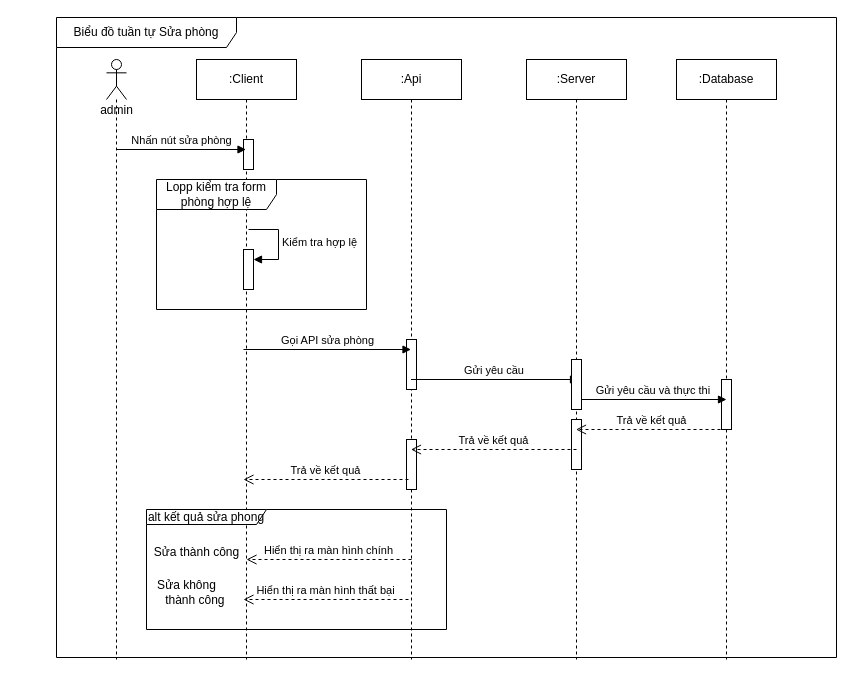
The draw.io diagram img-exports/capnhatphong.drawio in KMA-TTCS-Nhom32/documents, before the edit. Source tidied: cells renumbered, new cells numbered last; positions are measured from the earlier drawing's top-left corner, leaving out a move shared by most shapes. Both pictures are drawn from the tidied source at 100%, with x=0, y=0 at pixel (56, 17).
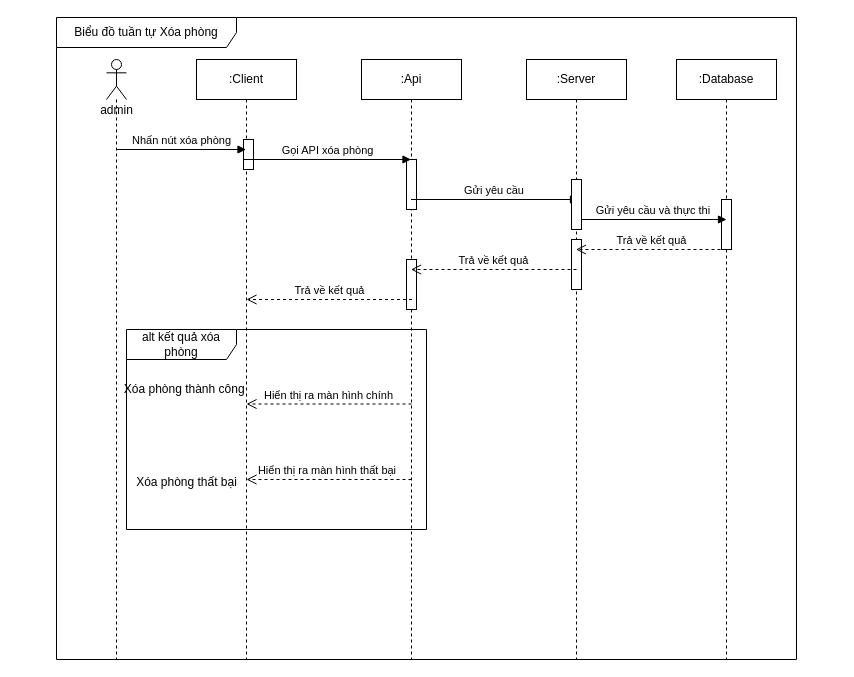
Above is the later version.

Commit message:
Cập nhật xoaphong.drawio

Unchanged cells that the change refers to:
```xml
<mxCell id="2" value=":Client" style="shape=umlLifeline;perimeter=lifelinePerimeter;whiteSpace=wrap;html=1;outlineConnect=0;portConstraint=eastwest;newEdgeStyle={&quot;edgeStyle&quot;:&quot;elbowEdgeStyle&quot;,&quot;elbow&quot;:&quot;vertical&quot;,&quot;curved&quot;:0,&quot;rounded&quot;:0};" parent="1" vertex="1">
  <mxGeometry x="140" y="42" width="100" height="600" as="geometry" />
</mxCell>
<mxCell id="6" value=":Api" style="shape=umlLifeline;perimeter=lifelinePerimeter;whiteSpace=wrap;html=1;outlineConnect=0;portConstraint=eastwest;newEdgeStyle={&quot;edgeStyle&quot;:&quot;elbowEdgeStyle&quot;,&quot;elbow&quot;:&quot;vertical&quot;,&quot;curved&quot;:0,&quot;rounded&quot;:0};" parent="1" vertex="1">
  <mxGeometry x="305" y="42" width="100" height="600" as="geometry" />
</mxCell>
<mxCell id="9" value=":Server" style="shape=umlLifeline;perimeter=lifelinePerimeter;whiteSpace=wrap;html=1;outlineConnect=0;portConstraint=eastwest;newEdgeStyle={&quot;edgeStyle&quot;:&quot;elbowEdgeStyle&quot;,&quot;elbow&quot;:&quot;vertical&quot;,&quot;curved&quot;:0,&quot;rounded&quot;:0};" parent="1" vertex="1">
  <mxGeometry x="470" y="42" width="100" height="600" as="geometry" />
</mxCell>
<mxCell id="11" value=":Database" style="shape=umlLifeline;perimeter=lifelinePerimeter;whiteSpace=wrap;html=1;newEdgeStyle={&quot;edgeStyle&quot;:&quot;elbowEdgeStyle&quot;,&quot;elbow&quot;:&quot;vertical&quot;,&quot;curved&quot;:0,&quot;rounded&quot;:0};size=40;" parent="1" vertex="1">
  <mxGeometry x="620" y="42" width="100" height="600" as="geometry" />
</mxCell>
```

The edit, as a diff of the source:
```diff
@@
     <mxCell id="7" style="html=1;perimeter=orthogonalPerimeter;targetShapes=umlLifeline;newEdgeStyle={&quot;curved&quot;:0,&quot;rounded&quot;:0};" parent="6" vertex="1">
-      <mxGeometry x="45" y="280" width="10" height="50" as="geometry" />
+      <mxGeometry x="45" y="100" width="10" height="50" as="geometry" />
     </mxCell>
     <mxCell id="8" style="html=1;perimeter=orthogonalPerimeter;targetShapes=umlLifeline;newEdgeStyle={&quot;curved&quot;:0,&quot;rounded&quot;:0};" parent="6" vertex="1">
-      <mxGeometry x="45" y="380" width="10" height="50" as="geometry" />
+      <mxGeometry x="45" y="200" width="10" height="50" as="geometry" />
     </mxCell>
@@
     <mxCell id="10" style="html=1;perimeter=orthogonalPerimeter;targetShapes=umlLifeline;newEdgeStyle={&quot;curved&quot;:0,&quot;rounded&quot;:0};" parent="9" vertex="1">
-      <mxGeometry x="45" y="360" width="10" height="50" as="geometry" />
+      <mxGeometry x="45" y="180" width="10" height="50" as="geometry" />
     </mxCell>
@@
     <mxCell id="12" style="html=1;perimeter=orthogonalPerimeter;targetShapes=umlLifeline;newEdgeStyle={&quot;curved&quot;:0,&quot;rounded&quot;:0};" parent="11" vertex="1">
-      <mxGeometry x="45" y="320" width="10" height="50" as="geometry" />
+      <mxGeometry x="45" y="140" width="10" height="50" as="geometry" />
     </mxCell>
-    <mxCell id="13" value="Nhấn nút sửa phòng" style="html=1;verticalAlign=bottom;endArrow=block;curved=0;rounded=0;" parent="1" edge="1" target="2">
+    <mxCell id="13" value="Nhấn nút xóa phòng" style="html=1;verticalAlign=bottom;endArrow=block;curved=0;rounded=0;" parent="1" edge="1" target="2">
       <mxGeometry relative="1" as="geometry">
         <mxPoint x="60" y="132" as="sourcePoint" />
       </mxGeometry>
     </mxCell>
-    <mxCell id="14" value="Lopp kiểm tra form phòng hợp lệ" style="shape=umlFrame;whiteSpace=wrap;html=1;width=120;height=30;" parent="1" vertex="1">
-      <mxGeometry x="100" y="162" width="210" height="130" as="geometry" />
-    </mxCell>
-    <mxCell id="15" style="html=1;points=[[0,0,0,0,5],[0,1,0,0,-5],[1,0,0,0,5],[1,1,0,0,-5]];perimeter=orthogonalPerimeter;outlineConnect=0;targetShapes=umlLifeline;portConstraint=eastwest;newEdgeStyle={&quot;curved&quot;:0,&quot;rounded&quot;:0};" parent="1" vertex="1">
-      <mxGeometry x="187" y="232" width="10" height="40" as="geometry" />
-    </mxCell>
-    <mxCell id="16" value="Kiểm tra hợp lệ" style="html=1;align=left;spacingLeft=2;endArrow=block;rounded=0;edgeStyle=orthogonalEdgeStyle;curved=0;rounded=0;" parent="1" edge="1" target="15">
-      <mxGeometry relative="1" as="geometry">
-        <mxPoint x="192" y="212" as="sourcePoint" />
-        <Array as="points">
-          <mxPoint x="222" y="242" />
-        </Array>
-      </mxGeometry>
-    </mxCell>
-    <mxCell id="17" value="Gọi API sửa phòng" style="html=1;verticalAlign=bottom;endArrow=block;curved=0;rounded=0;" parent="1" edge="1" target="6">
+    <mxCell id="17" value="Gọi API xóa phòng" style="html=1;verticalAlign=bottom;endArrow=block;curved=0;rounded=0;" parent="1" edge="1">
       <mxGeometry relative="1" as="geometry">
-        <mxPoint x="187" y="332" as="sourcePoint" />
+        <mxPoint x="187" y="142" as="sourcePoint" />
+        <mxPoint x="354.5" y="142" as="targetPoint" />
       </mxGeometry>
     </mxCell>
-    <mxCell id="18" value="Gửi yêu cầu&amp;nbsp;" style="html=1;verticalAlign=bottom;endArrow=block;curved=0;rounded=0;" parent="1" edge="1" source="6">
+    <mxCell id="18" value="Gửi yêu cầu&amp;nbsp;" style="html=1;verticalAlign=bottom;endArrow=block;curved=0;rounded=0;" parent="1" edge="1">
       <mxGeometry relative="1" as="geometry">
-        <mxPoint x="522" y="362" as="targetPoint" />
+        <mxPoint x="354.5" y="182" as="sourcePoint" />
+        <mxPoint x="522" y="182" as="targetPoint" />
       </mxGeometry>
     </mxCell>
     <mxCell id="19" value="Gửi yêu cầu và thực thi&amp;nbsp;" style="html=1;verticalAlign=bottom;endArrow=block;curved=0;rounded=0;" parent="1" edge="1" source="29">
       <mxGeometry relative="1" as="geometry">
-        <mxPoint x="670" y="382" as="targetPoint" />
+        <mxPoint x="670" y="202" as="targetPoint" />
       </mxGeometry>
     </mxCell>
-    <mxCell id="20" value="Trả về kết quả" style="html=1;verticalAlign=bottom;endArrow=open;dashed=1;endSize=8;curved=0;rounded=0;" parent="1" edge="1" target="9">
+    <mxCell id="20" value="Trả về kết quả" style="html=1;verticalAlign=bottom;endArrow=open;dashed=1;endSize=8;curved=0;rounded=0;" parent="1" edge="1">
       <mxGeometry relative="1" as="geometry">
-        <mxPoint x="670" y="412" as="sourcePoint" />
+        <mxPoint x="670" y="232" as="sourcePoint" />
+        <mxPoint x="519.5" y="232" as="targetPoint" />
       </mxGeometry>
     </mxCell>
-    <mxCell id="21" value="Trả về kết quả" style="html=1;verticalAlign=bottom;endArrow=open;dashed=1;endSize=8;curved=0;rounded=0;" parent="1" edge="1" target="6">
+    <mxCell id="21" value="Trả về kết quả" style="html=1;verticalAlign=bottom;endArrow=open;dashed=1;endSize=8;curved=0;rounded=0;" parent="1" edge="1">
       <mxGeometry relative="1" as="geometry">
-        <mxPoint x="520" y="432" as="sourcePoint" />
+        <mxPoint x="520" y="252" as="sourcePoint" />
+        <mxPoint x="354.5" y="252" as="targetPoint" />
       </mxGeometry>
     </mxCell>
-    <mxCell id="22" value="Trả về kết quả" style="html=1;verticalAlign=bottom;endArrow=open;dashed=1;endSize=8;curved=0;rounded=0;" parent="1" edge="1">
-      <mxGeometry relative="1" as="geometry">
-        <mxPoint x="352" y="462" as="sourcePoint" />
-        <mxPoint x="187" y="462" as="targetPoint" />
-      </mxGeometry>
-    </mxCell>
-    <mxCell id="23" value="alt kết quả sửa phong" style="shape=umlFrame;whiteSpace=wrap;html=1;width=120;height=15;" parent="1" vertex="1">
-      <mxGeometry x="90" y="492" width="300" height="120" as="geometry" />
-    </mxCell>
-    <mxCell id="24" value="Hiển thị ra màn hình chính" style="html=1;verticalAlign=bottom;endArrow=open;dashed=1;endSize=8;curved=0;rounded=0;" parent="1" edge="1">
-      <mxGeometry relative="1" as="geometry">
-        <mxPoint x="355" y="542" as="sourcePoint" />
-        <mxPoint x="190" y="542" as="targetPoint" />
-      </mxGeometry>
-    </mxCell>
-    <mxCell id="25" value="&amp;nbsp; &amp;nbsp; &amp;nbsp; Sửa thành công" style="text;html=1;align=center;verticalAlign=middle;strokeColor=none;fillColor=none;" parent="1" vertex="1">
-      <mxGeometry x="65" y="520" width="130" height="30" as="geometry" />
-    </mxCell>
-    <mxCell id="26" value="Hiển thị ra màn hình thất bại" style="html=1;verticalAlign=bottom;endArrow=open;dashed=1;endSize=8;curved=0;rounded=0;" parent="1" edge="1">
+    <mxCell id="26" value="Hiển thị ra màn hình chính" style="html=1;verticalAlign=bottom;endArrow=open;dashed=1;endSize=8;curved=0;rounded=0;" parent="1" edge="1">
       <mxGeometry relative="1" as="geometry">
-        <mxPoint x="352" y="582" as="sourcePoint" />
-        <mxPoint x="187" y="582" as="targetPoint" />
+        <mxPoint x="355" y="386.5" as="sourcePoint" />
+        <mxPoint x="190" y="386.5" as="targetPoint" />
       </mxGeometry>
     </mxCell>
-    <mxCell id="27" value="&amp;nbsp; &amp;nbsp; &amp;nbsp; &amp;nbsp; &amp;nbsp; &amp;nbsp; &amp;nbsp;Sửa không&amp;nbsp;&lt;div&gt;&amp;nbsp; &amp;nbsp; &amp;nbsp; &amp;nbsp; &amp;nbsp; &amp;nbsp; &amp;nbsp; &amp;nbsp; &amp;nbsp;thành công&lt;/div&gt;" style="text;html=1;align=center;verticalAlign=middle;strokeColor=none;fillColor=none;" parent="1" vertex="1">
-      <mxGeometry x="40" y="555" width="140" height="40" as="geometry" />
-    </mxCell>
     <mxCell id="28" style="html=1;verticalAlign=bottom;endArrow=block;curved=0;rounded=0;" parent="1" edge="1" target="29">
       <mxGeometry relative="1" as="geometry">
-        <mxPoint x="520" y="382" as="sourcePoint" />
+        <mxPoint x="520" y="202" as="sourcePoint" />
       </mxGeometry>
     </mxCell>
     <mxCell id="29" style="html=1;points=[[0,0,0,0,5],[0,1,0,0,-5],[1,0,0,0,5],[1,1,0,0,-5]];perimeter=orthogonalPerimeter;outlineConnect=0;targetShapes=umlLifeline;portConstraint=eastwest;newEdgeStyle={&quot;curved&quot;:0,&quot;rounded&quot;:0};" parent="1" vertex="1">
-      <mxGeometry x="515" y="342" width="10" height="50" as="geometry" />
+      <mxGeometry x="515" y="162" width="10" height="50" as="geometry" />
     </mxCell>
-    <mxCell id="30" value="Biểu đồ tuần tự Sửa phòng" style="shape=umlFrame;whiteSpace=wrap;html=1;width=180;height=30;" parent="1" vertex="1">
-      <mxGeometry width="780" height="640" as="geometry" />
+    <mxCell id="30" value="Biểu đồ tuần tự Xóa phòng" style="shape=umlFrame;whiteSpace=wrap;html=1;width=180;height=30;" parent="1" vertex="1">
+      <mxGeometry width="740" height="642" as="geometry" />
     </mxCell>
+    <mxCell id="22" value="Trả về kết quả" style="html=1;verticalAlign=bottom;endArrow=open;dashed=1;endSize=8;curved=0;rounded=0;" parent="1" edge="1">
+      <mxGeometry relative="1" as="geometry">
+        <mxPoint x="355.5" y="282" as="sourcePoint" />
+        <mxPoint x="190" y="282" as="targetPoint" />
+      </mxGeometry>
+    </mxCell>
+    <mxCell id="31" value="alt kết quả xóa phòng" style="shape=umlFrame;whiteSpace=wrap;html=1;width=110;height=30;" parent="1" vertex="1">
+      <mxGeometry x="70" y="312" width="300" height="200" as="geometry" />
+    </mxCell>
+    <mxCell id="32" value="&amp;nbsp; &amp;nbsp; &amp;nbsp; &amp;nbsp; &amp;nbsp; &amp;nbsp; &amp;nbsp; &amp;nbsp; &amp;nbsp; &amp;nbsp; &amp;nbsp; &amp;nbsp; &amp;nbsp; &amp;nbsp; Xóa phòng thành công" style="text;html=1;align=center;verticalAlign=middle;strokeColor=none;fillColor=none;" parent="1" vertex="1">
+      <mxGeometry x="-39" y="357" width="240" height="30" as="geometry" />
+    </mxCell>
+    <mxCell id="33" value="Hiển thị ra màn hình thất bại&amp;nbsp;" style="html=1;verticalAlign=bottom;endArrow=open;dashed=1;endSize=8;curved=0;rounded=0;" parent="1" edge="1">
+      <mxGeometry relative="1" as="geometry">
+        <mxPoint x="355" y="462" as="sourcePoint" />
+        <mxPoint x="190" y="462" as="targetPoint" />
+      </mxGeometry>
+    </mxCell>
+    <mxCell id="34" value="Xóa phòng thất bại" style="text;html=1;align=center;verticalAlign=middle;strokeColor=none;fillColor=none;" parent="1" vertex="1">
+      <mxGeometry x="70" y="450" width="120" height="30" as="geometry" />
+    </mxCell>
```
